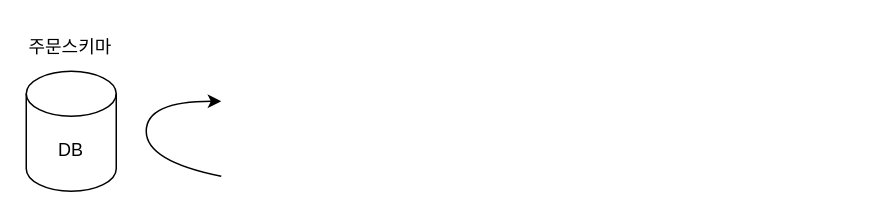
Above: 멀티스레드스프링배치.drawio in SongYoungMin-304/algorithm (draw.io), before the change. Source tidied: cells renumbered, new cells numbered last; positions are measured from the earlier drawing's top-left corner, leaving out a move shared by most shapes. Both pictures are drawn from the tidied source at 150%, with x=0, y=0 at pixel (26, 26).
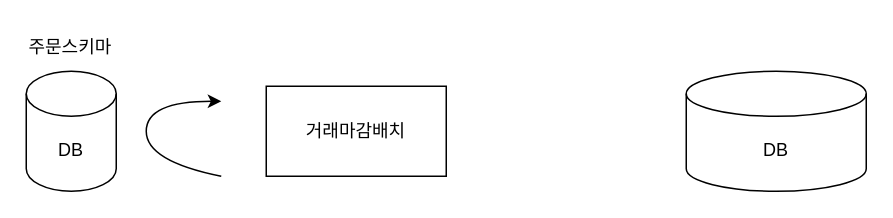
The same diagram, later.

Commit message (it also covers changes not shown here):
멀티스레드스프링배치.drawio 업데이트

The edit, as a diff of the source:
```diff
@@
 <mxGraphModel>
   <root>
     <mxCell id="0" />
     <mxCell id="1" parent="0" />
     <mxCell id="2" value="DB" style="shape=cylinder3;whiteSpace=wrap;html=1;boundedLbl=1;backgroundOutline=1;size=15;" parent="1" vertex="1">
       <mxGeometry y="30" width="60" height="80" as="geometry" />
     </mxCell>
     <mxCell id="3" value="&lt;div style=&quot;text-align: center;&quot;&gt;&lt;span style=&quot;background-color: transparent; color: light-dark(rgb(0, 0, 0), rgb(255, 255, 255));&quot;&gt;주문스키마&lt;/span&gt;&lt;/div&gt;" style="text;whiteSpace=wrap;html=1;" parent="1" vertex="1">
       <mxGeometry width="60" height="20" as="geometry" />
     </mxCell>
     <mxCell id="4" style="curved=1;endArrow=classic;html=1;rounded=0;" parent="1" edge="1">
       <mxGeometry relative="1" as="geometry">
         <mxPoint x="130" y="100" as="sourcePoint" />
         <mxPoint x="130" y="50" as="targetPoint" />
         <Array as="points">
           <mxPoint x="130" y="100" />
           <mxPoint x="80" y="90" />
           <mxPoint x="80" y="50" />
         </Array>
       </mxGeometry>
     </mxCell>
+    <mxCell id="5" value="거래마감배치" style="rounded=0;whiteSpace=wrap;html=1;" parent="1" vertex="1">
+      <mxGeometry x="160" y="40" width="120" height="60" as="geometry" />
+    </mxCell>
+    <mxCell id="6" value="DB" style="shape=cylinder3;whiteSpace=wrap;html=1;boundedLbl=1;backgroundOutline=1;size=15;" parent="1" vertex="1">
+      <mxGeometry x="440" y="30" width="120" height="80" as="geometry" />
+    </mxCell>
   </root>
 </mxGraphModel>
```
